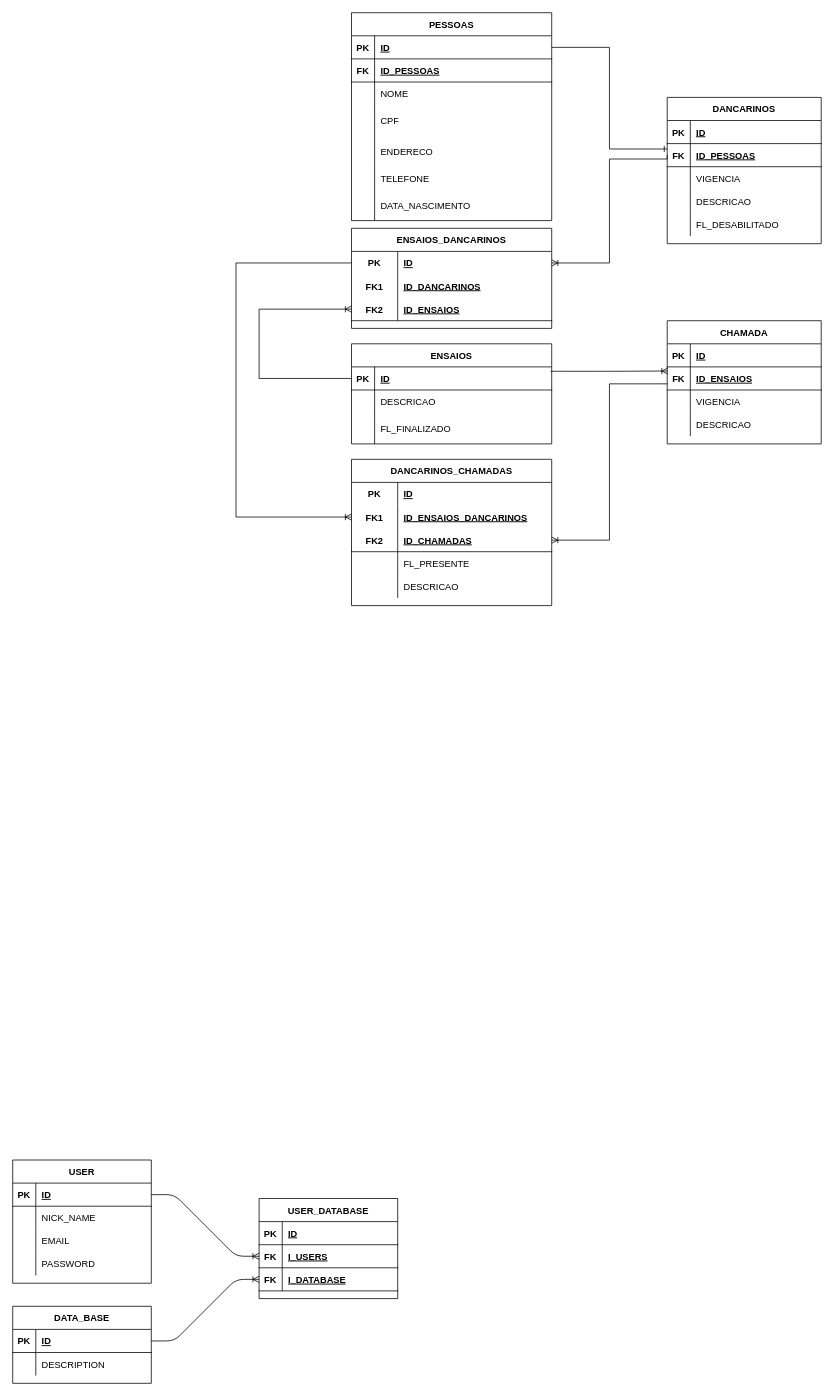
joseMarciano/valsugana-api keeps this draw.io diagram as public/SOLUÇÕESWEB.drawio. Above is the earlier version. Source tidied: cells renumbered, new cells numbered last; positions are measured from the earlier drawing's top-left corner, leaving out a move shared by most shapes. Both pictures are drawn from the tidied source at 77%, with x=0, y=0 at pixel (12, 12).
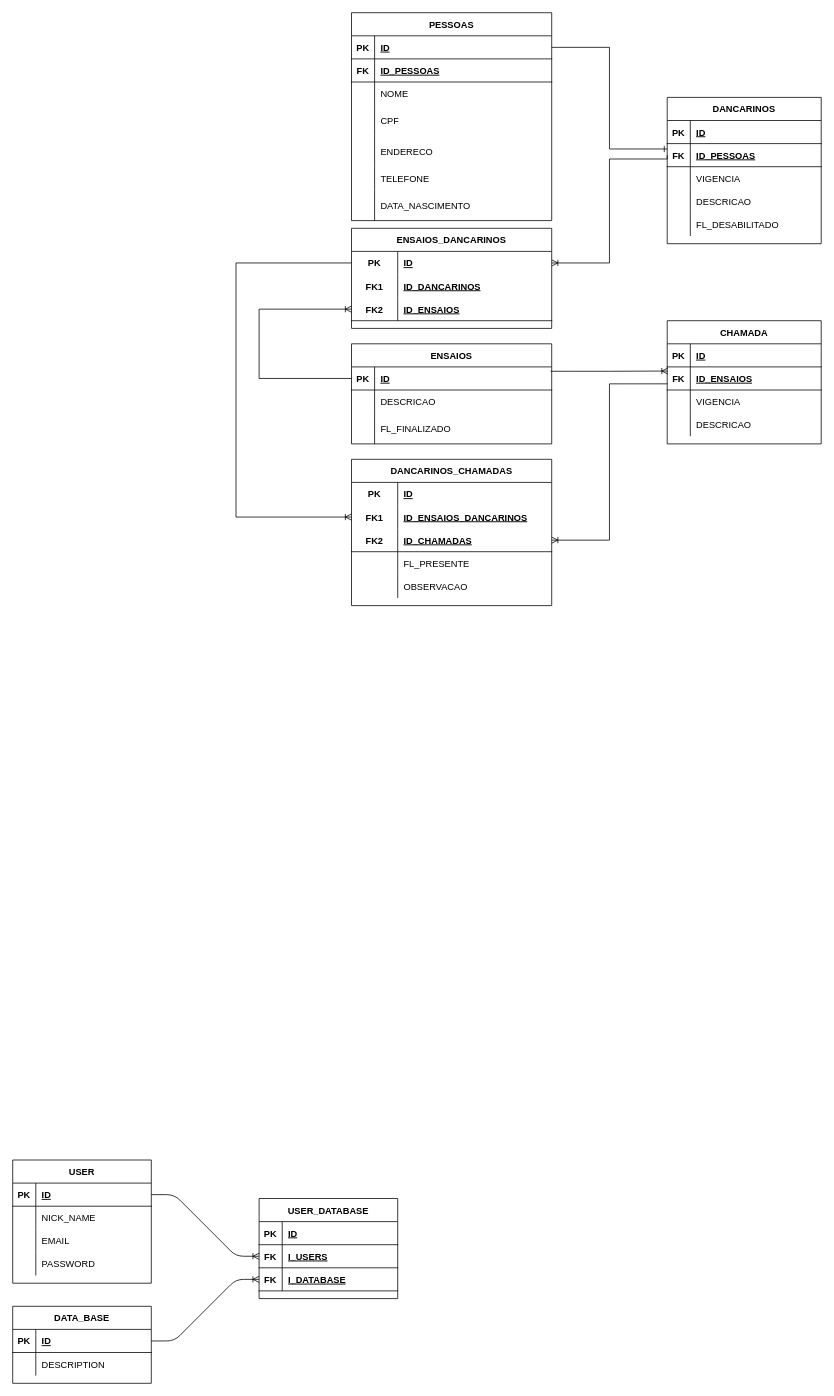
The same page after the edit.

Unchanged cells that the change refers to:
```xml
<mxCell id="67" style="shape=partialRectangle;fillColor=none;top=0;left=0;bottom=0;right=0;" parent="54" vertex="1">
  <mxGeometry y="150" width="260" height="30" as="geometry" />
</mxCell>
```

Change to the diagram source:
```diff
@@
-    <mxCell id="69" value="DESCRICAO" style="shape=partialRectangle;fillColor=none;top=0;left=0;bottom=0;right=0;align=left;spacingLeft=6;overflow=hidden;" parent="67" vertex="1">
+    <mxCell id="69" value="OBSERVACAO" style="shape=partialRectangle;fillColor=none;top=0;left=0;bottom=0;right=0;align=left;spacingLeft=6;overflow=hidden;" parent="67" vertex="1">
       <mxGeometry x="60" width="200" height="30" as="geometry" />
     </mxCell>
```
